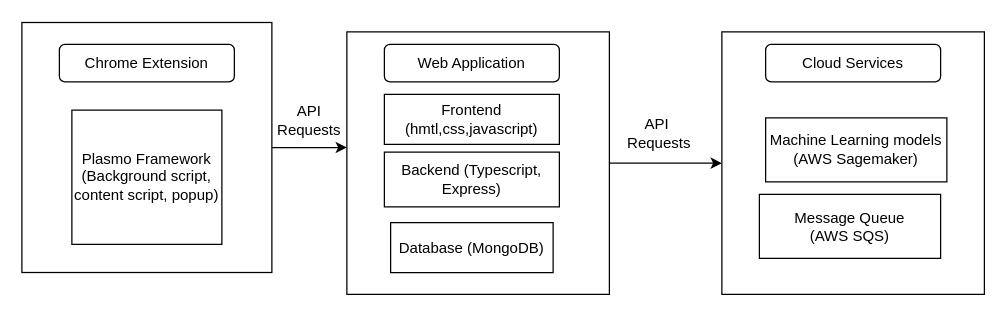
Above: Untitled Diagram.drawio in Favourphp/Savasana-AI (draw.io), before the change. Source tidied: cells renumbered, new cells numbered last; positions are measured from the earlier drawing's top-left corner, leaving out a move shared by most shapes. Both pictures are drawn from the tidied source at 125%, with x=0, y=0 at pixel (21, 21).
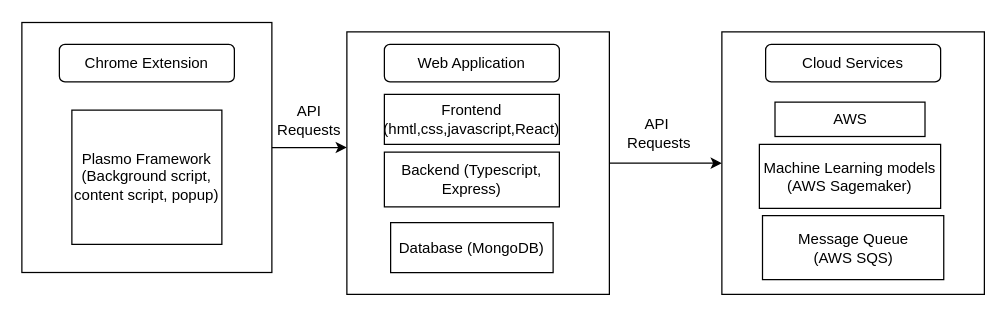
The same diagram, later.

The edit, as a diff of the source:
```diff
@@
-    <mxCell id="11" value="Frontend&lt;br&gt;(hmtl,css,javascript)" style="shape=parallelogram;perimeter=parallelogramPerimeter;whiteSpace=wrap;html=1;fixedSize=1;size=-260;" parent="1" vertex="1">
+    <mxCell id="11" value="Frontend&lt;br style=&quot;border-color: var(--border-color);&quot;&gt;(hmtl,css,javascript,React)" style="shape=parallelogram;perimeter=parallelogramPerimeter;whiteSpace=wrap;html=1;fixedSize=1;size=-260;" parent="1" vertex="1">
       <mxGeometry x="290" y="58" width="140" height="40" as="geometry" />
     </mxCell>
@@
     <mxCell id="14" value="Machine Learning models&lt;br&gt;(AWS Sagemaker)" style="shape=parallelogram;perimeter=parallelogramPerimeter;whiteSpace=wrap;html=1;fixedSize=1;size=-260;" parent="1" vertex="1">
-      <mxGeometry x="595" y="76.8" width="145" height="51.2" as="geometry" />
+      <mxGeometry x="590" y="98" width="145" height="51.2" as="geometry" />
     </mxCell>
@@
     <mxCell id="17" value="Message Queue&lt;br&gt;(AWS SQS)" style="shape=parallelogram;perimeter=parallelogramPerimeter;whiteSpace=wrap;html=1;fixedSize=1;size=-260;" parent="1" vertex="1">
-      <mxGeometry x="590" y="138" width="145" height="51.2" as="geometry" />
+      <mxGeometry x="592.5" y="154.9" width="145" height="51.2" as="geometry" />
     </mxCell>
+    <mxCell id="18" value="AWS" style="rounded=0;whiteSpace=wrap;html=1;" parent="1" vertex="1">
+      <mxGeometry x="602.5" y="64.2" width="120" height="27.5" as="geometry" />
+    </mxCell>
```
